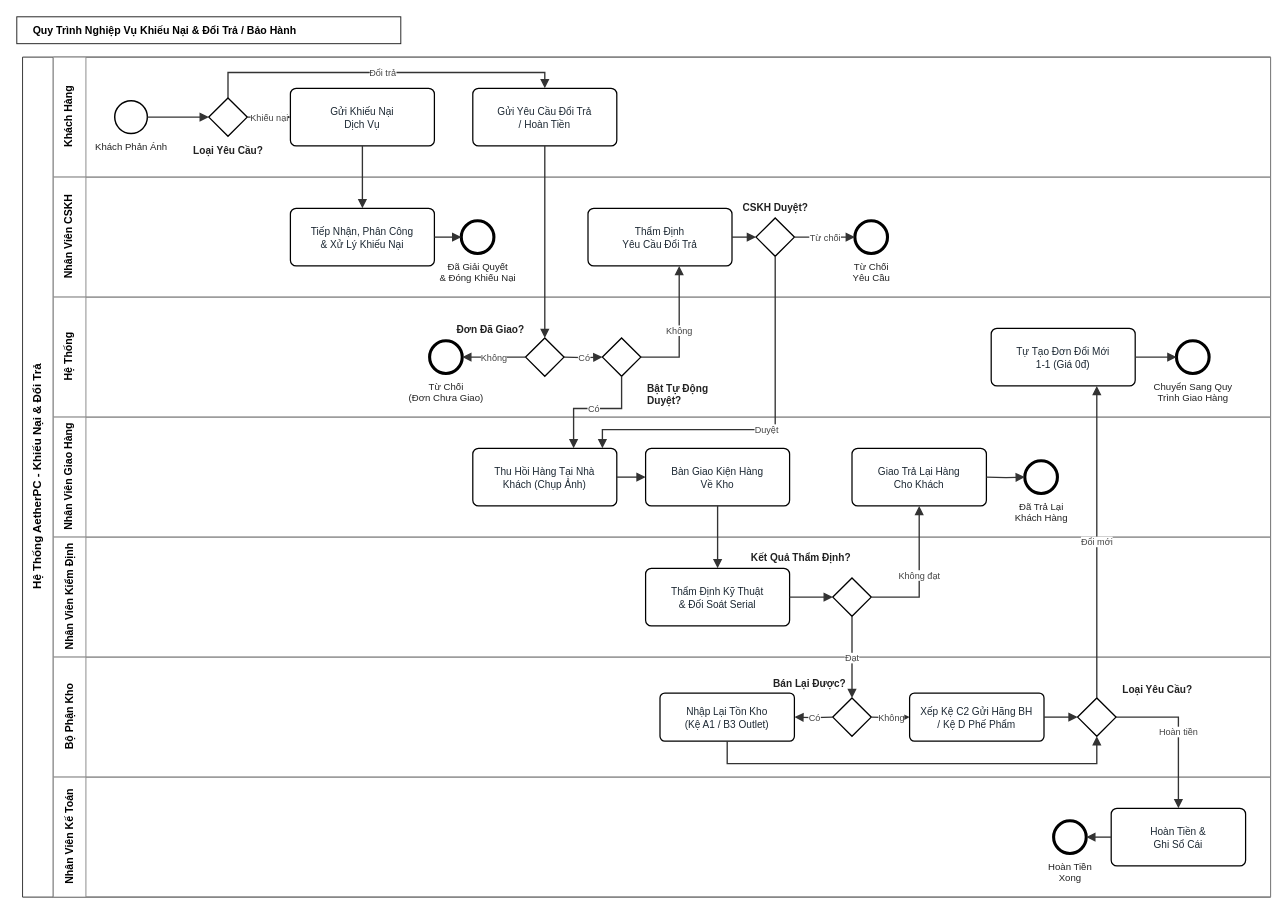
Earlier version of the draw.io diagram docs/diagrams/bpmn/quy_trinh_doi_tra_bao_hanh.drawio (hoangmkid12/ERP_AetherPC). Source tidied: cells renumbered, new cells numbered last; positions are measured from the earlier drawing's top-left corner, leaving out a move shared by most shapes. Both pictures are drawn from the tidied source at 96%, with x=0, y=0 at pixel (16, 16).
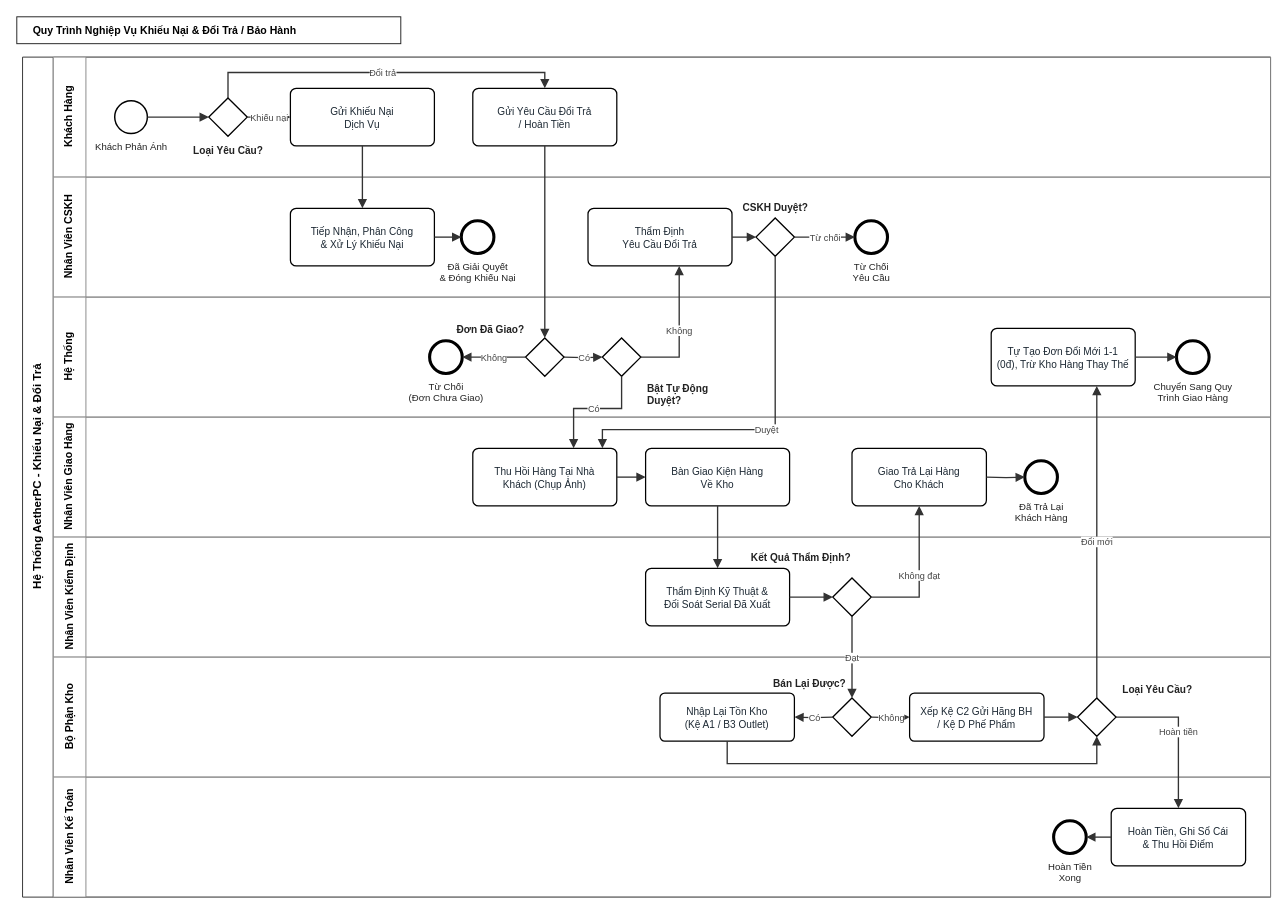
The same diagram, later.

What changed in the source:
```diff
@@
-    <mxCell id="36" value="Thẩm Định Kỹ Thuật&lt;br/&gt;&amp;amp; Đối Soát Serial" style="rounded=1;arcSize=10;whiteSpace=wrap;html=1;fillColor=#FFFFFF;strokeColor=#000000;strokeWidth=1.3;fontSize=10.5;fontColor=#1C2833;" parent="1" vertex="1">
+    <mxCell id="36" value="Thẩm Định Kỹ Thuật &amp;amp;&lt;br/&gt;Đối Soát Serial Đã Xuất" style="rounded=1;arcSize=10;whiteSpace=wrap;html=1;fillColor=#FFFFFF;strokeColor=#000000;strokeWidth=1.3;fontSize=10.5;fontColor=#1C2833;" parent="1" vertex="1">
       <mxGeometry x="655" y="574.5" width="150" height="60" as="geometry" />
     </mxCell>
@@
-    <mxCell id="45" value="Tự Tạo Đơn Đổi Mới&lt;br/&gt;1-1 (Giá 0đ)" style="rounded=1;arcSize=10;whiteSpace=wrap;html=1;fillColor=#FFFFFF;strokeColor=#000000;strokeWidth=1.3;fontSize=10.5;fontColor=#1C2833;" parent="1" vertex="1">
+    <mxCell id="45" value="Tự Tạo Đơn Đổi Mới 1-1&lt;br/&gt;(0đ), Trừ Kho Hàng Thay Thế" style="rounded=1;arcSize=10;whiteSpace=wrap;html=1;fillColor=#FFFFFF;strokeColor=#000000;strokeWidth=1.3;fontSize=10.5;fontColor=#1C2833;" parent="1" vertex="1">
       <mxGeometry x="1015" y="324.5" width="150" height="60" as="geometry" />
     </mxCell>
@@
-    <mxCell id="48" value="Hoàn Tiền &amp;amp;&lt;br/&gt;Ghi Sổ Cái" style="rounded=1;arcSize=10;whiteSpace=wrap;html=1;fillColor=#FFFFFF;strokeColor=#000000;strokeWidth=1.3;fontSize=10.5;fontColor=#1C2833;" parent="1" vertex="1">
+    <mxCell id="48" value="Hoàn Tiền, Ghi Sổ Cái&lt;br/&gt;&amp;amp; Thu Hồi Điểm" style="rounded=1;arcSize=10;whiteSpace=wrap;html=1;fillColor=#FFFFFF;strokeColor=#000000;strokeWidth=1.3;fontSize=10.5;fontColor=#1C2833;" parent="1" vertex="1">
       <mxGeometry x="1140" y="824.5" width="140" height="60" as="geometry" />
     </mxCell>
```
